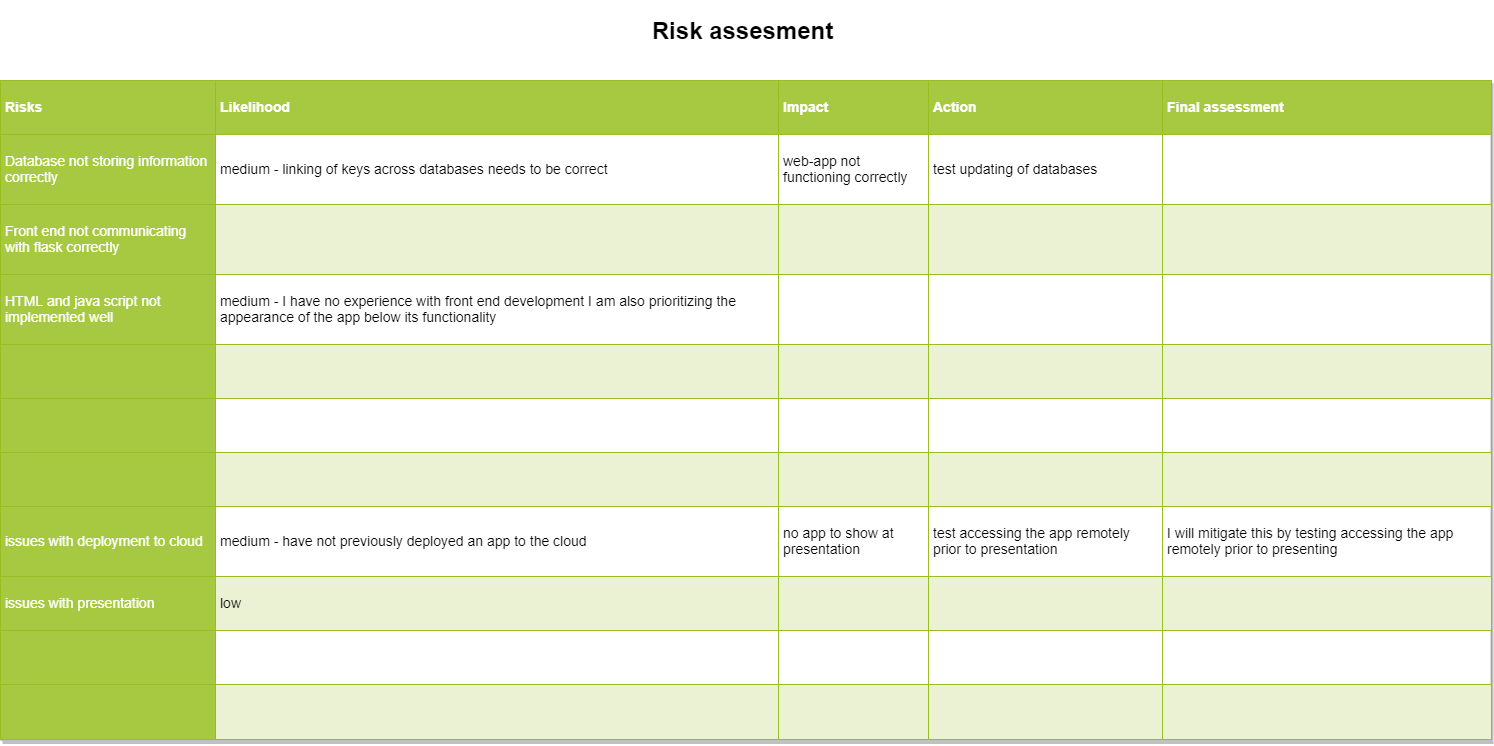
This is images/Risk_assesment.png from MattCrutchley/shoppinglist, a draw.io export, as it was before one commit. Source tidied: cells renumbered, new cells last; positions are measured from the earlier drawing's top-left corner, leaving out a move shared by most shapes.
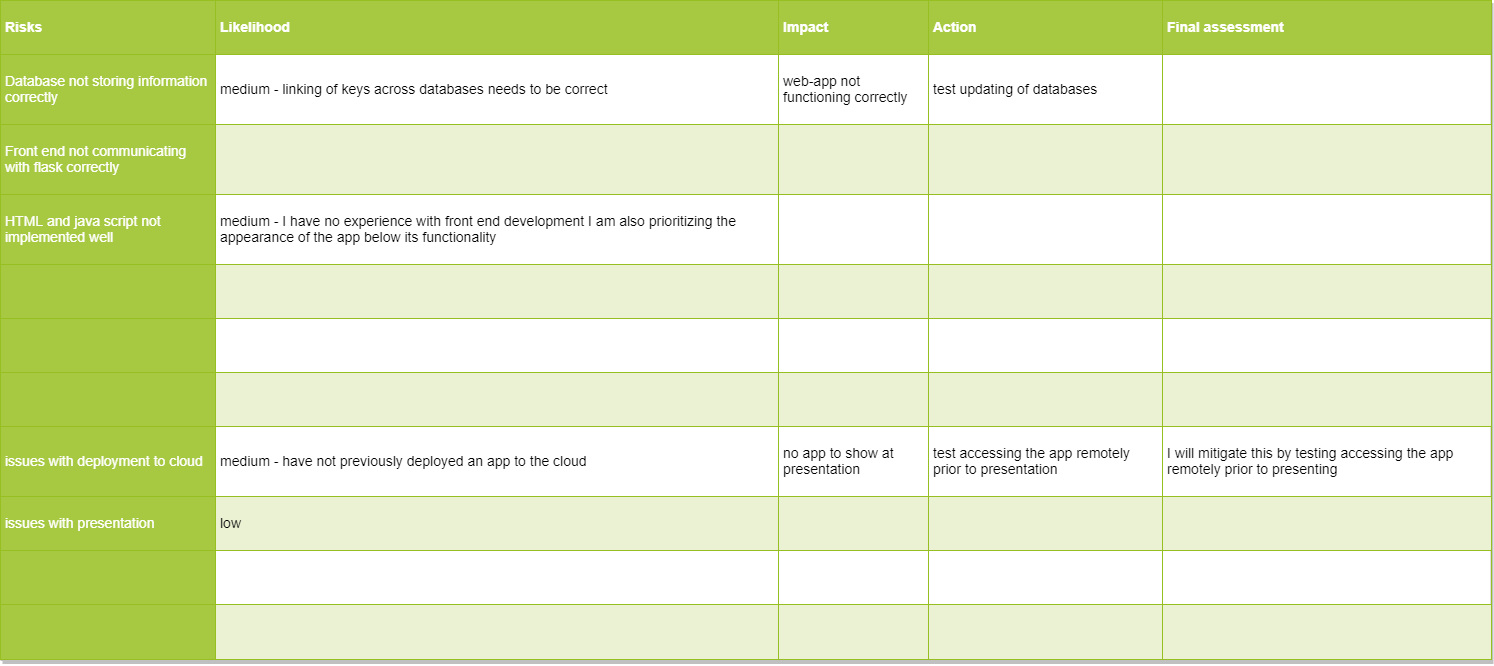
Later version of the same file.

Diff of the diagram source:
```diff
@@ -5,8 +5,5 @@
     <mxCell id="2" value="&lt;table border=&quot;1&quot; width=&quot;100%&quot; cellpadding=&quot;4&quot; style=&quot;width: 100% ; height: 100% ; border-collapse: collapse&quot; align=&quot;left&quot;&gt;&lt;tbody&gt;&lt;tr style=&quot;background-color: #a7c942 ; color: #ffffff ; border: 1px solid #98bf21&quot;&gt;&lt;th&gt;Risks&lt;/th&gt;&lt;th&gt;Likelihood&lt;/th&gt;&lt;th&gt;Impact&lt;/th&gt;&lt;th&gt;Action&lt;/th&gt;&lt;th&gt;Final assessment&lt;/th&gt;&lt;/tr&gt;&lt;tr style=&quot;border: 1px solid #98bf21&quot;&gt;&lt;td style=&quot;background-color: #a7c942 ; color: #ffffff ; border: 1px solid #98bf21&quot;&gt;Database not storing information correctly&lt;/td&gt;&lt;td&gt;medium - linking of keys across databases needs to be correct&lt;/td&gt;&lt;td&gt;web-app not functioning correctly&lt;/td&gt;&lt;td&gt;test updating of databases&lt;/td&gt;&lt;td&gt;&lt;br&gt;&lt;/td&gt;&lt;/tr&gt;&lt;tr style=&quot;background-color: #eaf2d3 ; border: 1px solid #98bf21&quot;&gt;&lt;td style=&quot;background-color: #a7c942 ; color: #ffffff ; border: 1px solid #98bf21&quot;&gt;Front end not communicating with flask correctly&lt;/td&gt;&lt;td&gt;&lt;/td&gt;&lt;td&gt;&lt;/td&gt;&lt;td&gt;&lt;br&gt;&lt;/td&gt;&lt;td&gt;&lt;br&gt;&lt;/td&gt;&lt;/tr&gt;&lt;tr style=&quot;border: 1px solid #98bf21&quot;&gt;&lt;td style=&quot;background-color: #a7c942 ; color: #ffffff ; border: 1px solid #98bf21&quot;&gt;HTML and java script not implemented well&lt;/td&gt;&lt;td&gt;medium - I have no experience with front end development I am also prioritizing the appearance of the app below its functionality&lt;/td&gt;&lt;td&gt;&lt;/td&gt;&lt;td&gt;&lt;br&gt;&lt;/td&gt;&lt;td&gt;&lt;br&gt;&lt;/td&gt;&lt;/tr&gt;&lt;tr style=&quot;background-color: #eaf2d3 ; border: 1px solid #98bf21&quot;&gt;&lt;td style=&quot;background-color: #a7c942 ; color: #ffffff ; border: 1px solid #98bf21&quot;&gt;&lt;br&gt;&lt;/td&gt;&lt;td&gt;&lt;/td&gt;&lt;td&gt;&lt;/td&gt;&lt;td&gt;&lt;br&gt;&lt;/td&gt;&lt;td&gt;&lt;br&gt;&lt;/td&gt;&lt;/tr&gt;&lt;tr style=&quot;border: 1px solid #98bf21&quot;&gt;&lt;td style=&quot;background-color: #a7c942 ; color: #ffffff ; border: 1px solid #98bf21&quot;&gt;&lt;br&gt;&lt;/td&gt;&lt;td&gt;&lt;br&gt;&lt;/td&gt;&lt;td&gt;&lt;br&gt;&lt;/td&gt;&lt;td&gt;&lt;br&gt;&lt;/td&gt;&lt;td&gt;&lt;br&gt;&lt;/td&gt;&lt;/tr&gt;&lt;tr style=&quot;background-color: #eaf2d3 ; border: 1px solid #98bf21&quot;&gt;&lt;td style=&quot;background-color: #a7c942 ; color: #ffffff ; border: 1px solid #98bf21&quot;&gt;&lt;br&gt;&lt;/td&gt;&lt;td&gt;&lt;br&gt;&lt;/td&gt;&lt;td&gt;&lt;br&gt;&lt;/td&gt;&lt;td&gt;&lt;br&gt;&lt;/td&gt;&lt;td&gt;&lt;br&gt;&lt;/td&gt;&lt;/tr&gt;&lt;tr style=&quot;border: 1px solid #98bf21&quot;&gt;&lt;td style=&quot;background-color: #a7c942 ; color: #ffffff ; border: 1px solid #98bf21&quot;&gt;issues with deployment to cloud&lt;/td&gt;&lt;td&gt;medium - have not previously deployed an app to the cloud&lt;/td&gt;&lt;td&gt;no app to show at presentation&lt;/td&gt;&lt;td&gt;test accessing the app remotely prior to presentation&lt;/td&gt;&lt;td style=&quot;word-wrap: break-word&quot;&gt;I will mitigate this by testing accessing the app remotely prior to presenting&lt;/td&gt;&lt;/tr&gt;&lt;tr style=&quot;background-color: #eaf2d3 ; border: 1px solid #98bf21&quot;&gt;&lt;td style=&quot;background-color: #a7c942 ; color: #ffffff ; border: 1px solid #98bf21&quot;&gt;issues with presentation&lt;/td&gt;&lt;td&gt;low&lt;/td&gt;&lt;td&gt;&lt;br&gt;&lt;/td&gt;&lt;td&gt;&lt;br&gt;&lt;/td&gt;&lt;td&gt;&lt;br&gt;&lt;/td&gt;&lt;/tr&gt;&lt;tr style=&quot;border: 1px solid #98bf21&quot;&gt;&lt;td style=&quot;background-color: #a7c942 ; color: #ffffff ; border: 1px solid #98bf21&quot;&gt;&lt;br&gt;&lt;/td&gt;&lt;td&gt;&lt;br&gt;&lt;/td&gt;&lt;td&gt;&lt;br&gt;&lt;/td&gt;&lt;td&gt;&lt;br&gt;&lt;/td&gt;&lt;td&gt;&lt;br&gt;&lt;/td&gt;&lt;/tr&gt;&lt;tr style=&quot;background-color: #eaf2d3 ; border: 1px solid #98bf21&quot;&gt;&lt;td style=&quot;background-color: #a7c942 ; color: #ffffff ; border: 1px solid #98bf21&quot;&gt;&lt;br&gt;&lt;/td&gt;&lt;td&gt;&lt;br&gt;&lt;/td&gt;&lt;td&gt;&lt;br&gt;&lt;/td&gt;&lt;td&gt;&lt;br&gt;&lt;/td&gt;&lt;td&gt;&lt;br&gt;&lt;/td&gt;&lt;/tr&gt;&lt;/tbody&gt;&lt;/table&gt;" style="text;html=1;strokeColor=#c0c0c0;fillColor=#ffffff;overflow=fill;rounded=0;shadow=1;fontSize=14;fontColor=#000000;whiteSpace=wrap;" parent="1" vertex="1">
       <mxGeometry y="80" width="1490" height="660" as="geometry" />
     </mxCell>
-    <mxCell id="3" value="Risk assesment" style="text;strokeColor=none;fillColor=none;html=1;fontSize=24;fontStyle=1;verticalAlign=middle;align=center;rounded=0;shadow=1;" parent="1" vertex="1">
-      <mxGeometry x="253.5" width="976.5" height="60" as="geometry" />
-    </mxCell>
   </root>
 </mxGraphModel>
```
